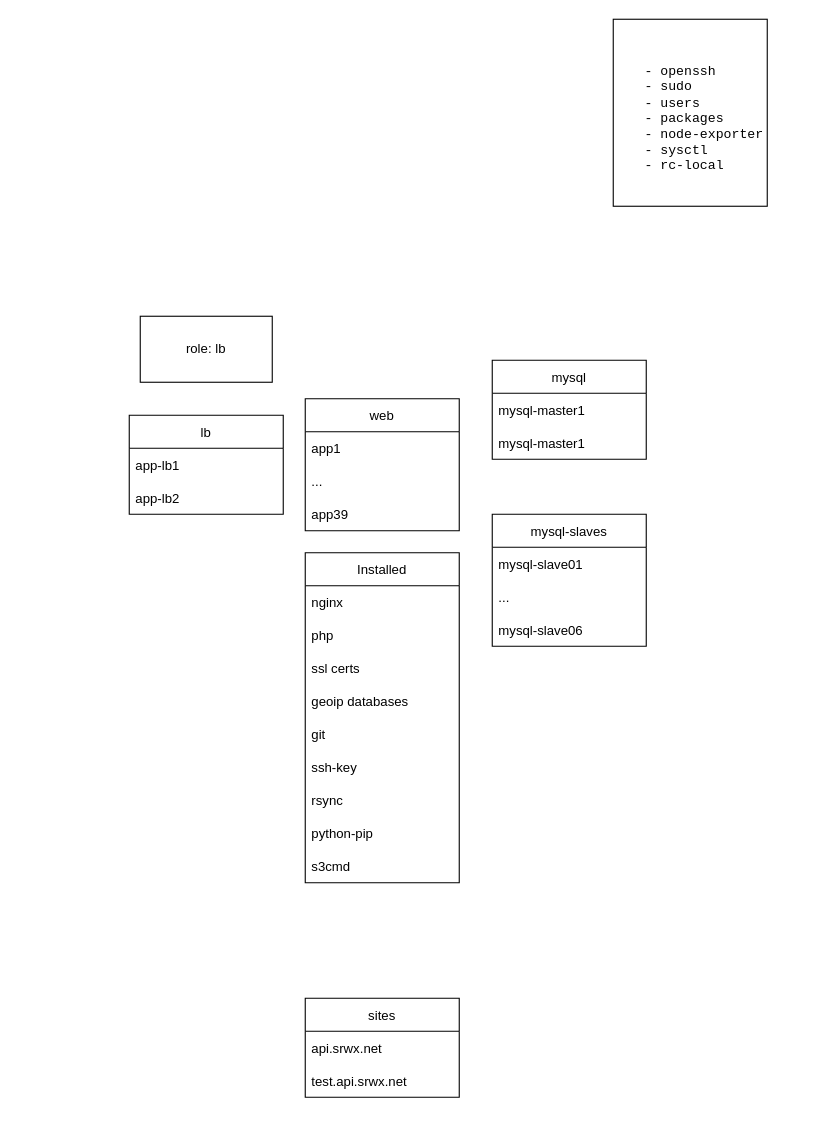
The draw.io diagram Untitled Diagram.drawio in olegenii/rebrain, before the edit. Source tidied: cells renumbered, new cells numbered last; positions are measured from the earlier drawing's top-left corner, leaving out a move shared by most shapes. Both pictures are drawn from the tidied source at 110%, with x=0, y=0 at pixel (129, 19).
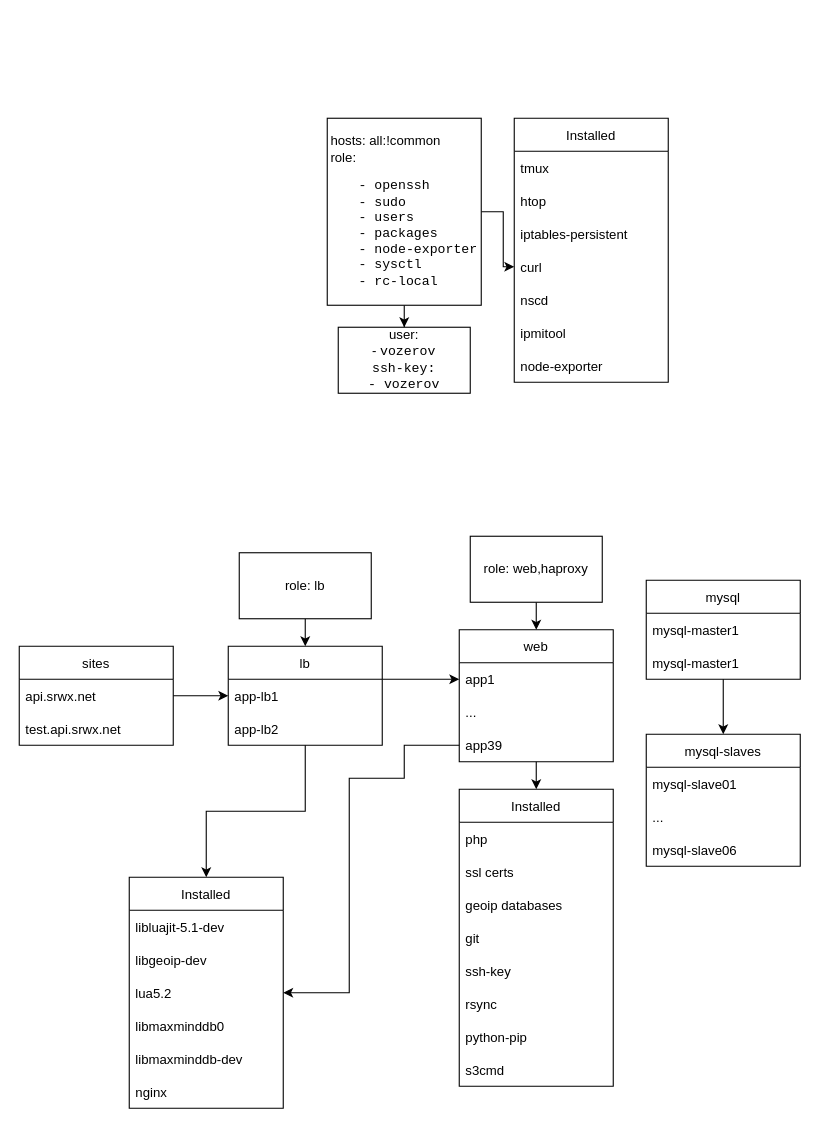
The same page after the edit.

Commit message:
draw scheme

The change refers to these unchanged cells:
```xml
<mxCell id="4" value="app1" style="text;strokeColor=none;fillColor=none;align=left;verticalAlign=middle;spacingLeft=4;spacingRight=4;overflow=hidden;points=[[0,0.5],[1,0.5]];portConstraint=eastwest;" parent="3" vertex="1">
  <mxGeometry y="30" width="140" height="30" as="geometry" />
</mxCell>
<mxCell id="6" value="app39" style="text;strokeColor=none;fillColor=none;align=left;verticalAlign=middle;spacingLeft=4;spacingRight=4;overflow=hidden;points=[[0,0.5],[1,0.5]];portConstraint=eastwest;" parent="3" vertex="1">
  <mxGeometry y="90" width="140" height="30" as="geometry" />
</mxCell>
<mxCell id="8" value="app-lb1" style="text;strokeColor=none;fillColor=none;align=left;verticalAlign=middle;spacingLeft=4;spacingRight=4;overflow=hidden;points=[[0,0.5],[1,0.5]];portConstraint=eastwest;" parent="7" vertex="1">
  <mxGeometry y="30" width="140" height="30" as="geometry" />
</mxCell>
```

Change to the diagram source:
```diff
@@
+    <mxCell id="31" style="edgeStyle=orthogonalEdgeStyle;rounded=0;jettySize=auto;html=1;" parent="1" edge="1" source="2" target="45">
+      <mxGeometry relative="1" as="geometry" />
+    </mxCell>
+    <mxCell id="32" style="edgeStyle=orthogonalEdgeStyle;rounded=0;jettySize=auto;html=1;" parent="1" edge="1" source="2" target="40">
+      <mxGeometry relative="1" as="geometry" />
+    </mxCell>
-    <mxCell id="2" value="&#10;&#10;&lt;pre class=&quot;code highlight&quot; lang=&quot;yaml&quot;&gt;&lt;span id=&quot;LC6&quot; class=&quot;line&quot; lang=&quot;yaml&quot;&gt;    &lt;span class=&quot;pi&quot;&gt;-&lt;/span&gt; &lt;span class=&quot;s&quot;&gt;openssh&lt;/span&gt;&lt;/span&gt;&#10;&lt;span id=&quot;LC7&quot; class=&quot;line&quot; lang=&quot;yaml&quot;&gt;    &lt;span class=&quot;pi&quot;&gt;-&lt;/span&gt; &lt;span class=&quot;s&quot;&gt;sudo&lt;/span&gt;&lt;/span&gt;&#10;&lt;span id=&quot;LC8&quot; class=&quot;line&quot; lang=&quot;yaml&quot;&gt;    &lt;span class=&quot;pi&quot;&gt;-&lt;/span&gt; &lt;span class=&quot;s&quot;&gt;users&lt;/span&gt;&lt;/span&gt;&#10;&lt;span id=&quot;LC9&quot; class=&quot;line&quot; lang=&quot;yaml&quot;&gt;    &lt;span class=&quot;pi&quot;&gt;-&lt;/span&gt; &lt;span class=&quot;s&quot;&gt;packages&lt;/span&gt;&lt;/span&gt;&#10;&lt;span id=&quot;LC10&quot; class=&quot;line&quot; lang=&quot;yaml&quot;&gt;    &lt;span class=&quot;pi&quot;&gt;-&lt;/span&gt; &lt;span class=&quot;s&quot;&gt;node-exporter&lt;/span&gt;&lt;/span&gt;&#10;&lt;span id=&quot;LC11&quot; class=&quot;line&quot; lang=&quot;yaml&quot;&gt;    &lt;span class=&quot;pi&quot;&gt;-&lt;/span&gt; &lt;span class=&quot;s&quot;&gt;sysctl&lt;/span&gt;&lt;/span&gt;&#10;&lt;span id=&quot;LC12&quot; class=&quot;line&quot; lang=&quot;yaml&quot;&gt;    &lt;span class=&quot;pi&quot;&gt;-&lt;/span&gt; &lt;span class=&quot;s&quot;&gt;rc-local&lt;/span&gt;&lt;/span&gt;&#10;&lt;/pre&gt;&#10;&#10;" style="verticalAlign=top;align=left;overflow=fill;fontSize=12;fontFamily=Helvetica;html=1;" parent="1" vertex="1">
-      <mxGeometry x="440" width="140" height="170" as="geometry" />
+    <mxCell id="2" value="&lt;br&gt;&lt;span style=&quot;white-space: pre&quot;&gt; &lt;/span&gt;hosts: all:!common&lt;br&gt;&lt;span style=&quot;white-space: pre&quot;&gt; &lt;/span&gt;role:&lt;br&gt;&lt;pre class=&quot;code highlight&quot; lang=&quot;yaml&quot;&gt;&lt;span id=&quot;LC6&quot; class=&quot;line&quot; lang=&quot;yaml&quot;&gt;    &lt;span class=&quot;pi&quot;&gt;-&lt;/span&gt; &lt;span class=&quot;s&quot;&gt;openssh&lt;/span&gt;&lt;/span&gt;&lt;br&gt;&lt;span id=&quot;LC7&quot; class=&quot;line&quot; lang=&quot;yaml&quot;&gt;    &lt;span class=&quot;pi&quot;&gt;-&lt;/span&gt; &lt;span class=&quot;s&quot;&gt;sudo&lt;/span&gt;&lt;/span&gt;&lt;br&gt;&lt;span id=&quot;LC8&quot; class=&quot;line&quot; lang=&quot;yaml&quot;&gt;    &lt;span class=&quot;pi&quot;&gt;-&lt;/span&gt; &lt;span class=&quot;s&quot;&gt;users&lt;/span&gt;&lt;/span&gt;&lt;br&gt;&lt;span id=&quot;LC9&quot; class=&quot;line&quot; lang=&quot;yaml&quot;&gt;    &lt;span class=&quot;pi&quot;&gt;-&lt;/span&gt; &lt;span class=&quot;s&quot;&gt;packages&lt;/span&gt;&lt;/span&gt;&lt;br&gt;&lt;span id=&quot;LC10&quot; class=&quot;line&quot; lang=&quot;yaml&quot;&gt;    &lt;span class=&quot;pi&quot;&gt;-&lt;/span&gt; &lt;span class=&quot;s&quot;&gt;node-exporter&lt;/span&gt;&lt;/span&gt;&lt;br&gt;&lt;span id=&quot;LC11&quot; class=&quot;line&quot; lang=&quot;yaml&quot;&gt;    &lt;span class=&quot;pi&quot;&gt;-&lt;/span&gt; &lt;span class=&quot;s&quot;&gt;sysctl&lt;/span&gt;&lt;/span&gt;&lt;br&gt;&lt;span id=&quot;LC12&quot; class=&quot;line&quot; lang=&quot;yaml&quot;&gt;    &lt;span class=&quot;pi&quot;&gt;-&lt;/span&gt; &lt;span class=&quot;s&quot;&gt;rc-local&lt;/span&gt;&lt;/span&gt;&lt;br&gt;&lt;/pre&gt;" style="verticalAlign=top;align=left;overflow=fill;fontSize=12;fontFamily=Helvetica;html=1;" parent="1" vertex="1">
+      <mxGeometry x="180" y="90" width="140" height="170" as="geometry" />
     </mxCell>
+    <mxCell id="33" style="edgeStyle=orthogonalEdgeStyle;rounded=0;jettySize=auto;html=1;entryX=0.5;entryY=0;entryDx=0;entryDy=0;" parent="1" edge="1" source="3" target="18">
+      <mxGeometry relative="1" as="geometry" />
+    </mxCell>
     <mxCell id="3" value="web" style="swimlane;fontStyle=0;horizontal=1;startSize=30;" parent="1" vertex="1">
-      <mxGeometry x="160" y="345" width="140" height="120" as="geometry" />
+      <mxGeometry x="300" y="555" width="140" height="120" as="geometry" />
     </mxCell>
@@
+    <mxCell id="34" style="edgeStyle=orthogonalEdgeStyle;rounded=0;jettySize=auto;html=1;entryX=0.5;entryY=0;entryDx=0;entryDy=0;" parent="1" edge="1" source="7" target="49">
+      <mxGeometry relative="1" as="geometry" />
+    </mxCell>
     <mxCell id="7" value="lb" style="swimlane;fontStyle=0;horizontal=1;startSize=30;" parent="1" vertex="1">
-      <mxGeometry y="360" width="140" height="90" as="geometry" />
+      <mxGeometry x="90" y="570" width="140" height="90" as="geometry" />
     </mxCell>
@@
+    <mxCell id="35" style="edgeStyle=orthogonalEdgeStyle;rounded=0;jettySize=auto;html=1;" parent="1" edge="1" source="10">
+      <mxGeometry relative="1" as="geometry">
+        <mxPoint x="540" y="650" as="targetPoint" />
+      </mxGeometry>
+    </mxCell>
     <mxCell id="10" value="mysql" style="swimlane;fontStyle=0;horizontal=1;startSize=30;" parent="1" vertex="1">
-      <mxGeometry x="330" y="310" width="140" height="90" as="geometry" />
+      <mxGeometry x="470" y="510" width="140" height="90" as="geometry" />
     </mxCell>
@@
     <mxCell id="13" value="mysql-slaves" style="swimlane;fontStyle=0;horizontal=1;startSize=30;" parent="1" vertex="1">
-      <mxGeometry x="330" y="450" width="140" height="120" as="geometry" />
+      <mxGeometry x="470" y="650" width="140" height="120" as="geometry" />
     </mxCell>
@@
+    <mxCell id="36" style="edgeStyle=orthogonalEdgeStyle;rounded=0;jettySize=auto;html=1;entryX=0.5;entryY=0;entryDx=0;entryDy=0;" parent="1" edge="1" source="17" target="7">
+      <mxGeometry relative="1" as="geometry" />
+    </mxCell>
     <mxCell id="17" value="role: lb" style="rounded=0;whiteSpace=wrap;html=1;" parent="1" vertex="1">
-      <mxGeometry x="10" y="270" width="120" height="60" as="geometry" />
+      <mxGeometry x="100" y="485" width="120" height="60" as="geometry" />
     </mxCell>
     <mxCell id="18" value="Installed" style="swimlane;fontStyle=0;horizontal=1;startSize=30;" parent="1" vertex="1">
-      <mxGeometry x="160" y="485" width="140" height="300" as="geometry" />
+      <mxGeometry x="300" y="700" width="140" height="270" as="geometry" />
     </mxCell>
-    <mxCell id="19" value="nginx" style="text;strokeColor=none;fillColor=none;align=left;verticalAlign=middle;spacingLeft=4;spacingRight=4;overflow=hidden;" parent="18" vertex="1">
-      <mxGeometry y="30" width="140" height="30" as="geometry" />
-    </mxCell>
     <mxCell id="20" value="php" style="text;strokeColor=none;fillColor=none;align=left;verticalAlign=middle;spacingLeft=4;spacingRight=4;overflow=hidden;" parent="18" vertex="1">
-      <mxGeometry y="60" width="140" height="30" as="geometry" />
+      <mxGeometry y="30" width="140" height="30" as="geometry" />
     </mxCell>
     <mxCell id="21" value="ssl certs" style="text;strokeColor=none;fillColor=none;align=left;verticalAlign=middle;spacingLeft=4;spacingRight=4;overflow=hidden;" parent="18" vertex="1">
-      <mxGeometry y="90" width="140" height="30" as="geometry" />
+      <mxGeometry y="60" width="140" height="30" as="geometry" />
     </mxCell>
     <mxCell id="22" value="geoip databases" style="text;strokeColor=none;fillColor=none;align=left;verticalAlign=middle;spacingLeft=4;spacingRight=4;overflow=hidden;" parent="18" vertex="1">
-      <mxGeometry y="120" width="140" height="30" as="geometry" />
+      <mxGeometry y="90" width="140" height="30" as="geometry" />
     </mxCell>
     <mxCell id="23" value="git" style="text;strokeColor=none;fillColor=none;align=left;verticalAlign=middle;spacingLeft=4;spacingRight=4;overflow=hidden;" parent="18" vertex="1">
-      <mxGeometry y="150" width="140" height="30" as="geometry" />
+      <mxGeometry y="120" width="140" height="30" as="geometry" />
     </mxCell>
     <mxCell id="24" value="ssh-key" style="text;strokeColor=none;fillColor=none;align=left;verticalAlign=middle;spacingLeft=4;spacingRight=4;overflow=hidden;" parent="18" vertex="1">
-      <mxGeometry y="180" width="140" height="30" as="geometry" />
+      <mxGeometry y="150" width="140" height="30" as="geometry" />
     </mxCell>
     <mxCell id="25" value="rsync" style="text;strokeColor=none;fillColor=none;align=left;verticalAlign=middle;spacingLeft=4;spacingRight=4;overflow=hidden;" parent="18" vertex="1">
-      <mxGeometry y="210" width="140" height="30" as="geometry" />
+      <mxGeometry y="180" width="140" height="30" as="geometry" />
     </mxCell>
     <mxCell id="26" value="python-pip" style="text;strokeColor=none;fillColor=none;align=left;verticalAlign=middle;spacingLeft=4;spacingRight=4;overflow=hidden;" parent="18" vertex="1">
-      <mxGeometry y="240" width="140" height="30" as="geometry" />
+      <mxGeometry y="210" width="140" height="30" as="geometry" />
     </mxCell>
     <mxCell id="27" value="s3cmd" style="text;strokeColor=none;fillColor=none;align=left;verticalAlign=middle;spacingLeft=4;spacingRight=4;overflow=hidden;" parent="18" vertex="1">
-      <mxGeometry y="270" width="140" height="30" as="geometry" />
+      <mxGeometry y="240" width="140" height="30" as="geometry" />
     </mxCell>
+    <mxCell id="37" style="edgeStyle=orthogonalEdgeStyle;rounded=0;jettySize=auto;html=1;entryX=0;entryY=0.5;entryDx=0;entryDy=0;" parent="1" edge="1" source="28" target="8">
+      <mxGeometry relative="1" as="geometry" />
+    </mxCell>
     <mxCell id="28" value="sites" style="swimlane;fontStyle=0;horizontal=1;startSize=30;" parent="1" vertex="1">
-      <mxGeometry x="160" y="890" width="140" height="90" as="geometry" />
+      <mxGeometry x="-100" y="570" width="140" height="90" as="geometry" />
     </mxCell>
@@
+    <mxCell id="38" style="edgeStyle=orthogonalEdgeStyle;rounded=0;jettySize=auto;html=1;" parent="1" edge="1" source="39" target="3">
+      <mxGeometry relative="1" as="geometry" />
+    </mxCell>
+    <mxCell id="39" value="role: web,haproxy" style="rounded=0;whiteSpace=wrap;html=1;" parent="1" vertex="1">
+      <mxGeometry x="310" y="470" width="120" height="60" as="geometry" />
+    </mxCell>
+    <mxCell id="40" value="user:&lt;br&gt;-&amp;nbsp;&lt;code&gt;vozerov&lt;br&gt;ssh-key:&lt;br&gt;- vozerov&lt;/code&gt;" style="rounded=0;whiteSpace=wrap;html=1;" parent="1" vertex="1">
+      <mxGeometry x="190" y="280" width="120" height="60" as="geometry" />
+    </mxCell>
+    <mxCell id="41" value="Installed" style="swimlane;fontStyle=0;horizontal=1;startSize=30;" parent="1" vertex="1">
+      <mxGeometry x="350" y="90" width="140" height="240" as="geometry" />
+    </mxCell>
+    <mxCell id="42" value="tmux" style="text;strokeColor=none;fillColor=none;align=left;verticalAlign=middle;spacingLeft=4;spacingRight=4;overflow=hidden;" parent="41" vertex="1">
+      <mxGeometry y="30" width="140" height="30" as="geometry" />
+    </mxCell>
+    <mxCell id="43" value="htop" style="text;strokeColor=none;fillColor=none;align=left;verticalAlign=middle;spacingLeft=4;spacingRight=4;overflow=hidden;" parent="41" vertex="1">
+      <mxGeometry y="60" width="140" height="30" as="geometry" />
+    </mxCell>
+    <mxCell id="44" value="iptables-persistent" style="text;strokeColor=none;fillColor=none;align=left;verticalAlign=middle;spacingLeft=4;spacingRight=4;overflow=hidden;" parent="41" vertex="1">
+      <mxGeometry y="90" width="140" height="30" as="geometry" />
+    </mxCell>
+    <mxCell id="45" value="curl" style="text;strokeColor=none;fillColor=none;align=left;verticalAlign=middle;spacingLeft=4;spacingRight=4;overflow=hidden;points=[[0,0.5],[1,0.5]];portConstraint=eastwest;" parent="41" vertex="1">
+      <mxGeometry y="120" width="140" height="30" as="geometry" />
+    </mxCell>
+    <mxCell id="46" value="nscd" style="text;strokeColor=none;fillColor=none;align=left;verticalAlign=middle;spacingLeft=4;spacingRight=4;overflow=hidden;" parent="41" vertex="1">
+      <mxGeometry y="150" width="140" height="30" as="geometry" />
+    </mxCell>
+    <mxCell id="47" value="ipmitool" style="text;strokeColor=none;fillColor=none;align=left;verticalAlign=middle;spacingLeft=4;spacingRight=4;overflow=hidden;" parent="41" vertex="1">
+      <mxGeometry y="180" width="140" height="30" as="geometry" />
+    </mxCell>
+    <mxCell id="48" value="node-exporter" style="text;strokeColor=none;fillColor=none;align=left;verticalAlign=middle;spacingLeft=4;spacingRight=4;overflow=hidden;" parent="41" vertex="1">
+      <mxGeometry y="210" width="140" height="30" as="geometry" />
+    </mxCell>
+    <mxCell id="49" value="Installed" style="swimlane;fontStyle=0;horizontal=1;startSize=30;" parent="1" vertex="1">
+      <mxGeometry y="780" width="140" height="210" as="geometry" />
+    </mxCell>
+    <mxCell id="50" value="libluajit-5.1-dev" style="text;strokeColor=none;fillColor=none;align=left;verticalAlign=middle;spacingLeft=4;spacingRight=4;overflow=hidden;" parent="49" vertex="1">
+      <mxGeometry y="30" width="140" height="30" as="geometry" />
+    </mxCell>
+    <mxCell id="51" value="libgeoip-dev" style="text;strokeColor=none;fillColor=none;align=left;verticalAlign=middle;spacingLeft=4;spacingRight=4;overflow=hidden;" parent="49" vertex="1">
+      <mxGeometry y="60" width="140" height="30" as="geometry" />
+    </mxCell>
+    <mxCell id="52" value="lua5.2" style="text;strokeColor=none;fillColor=none;align=left;verticalAlign=middle;spacingLeft=4;spacingRight=4;overflow=hidden;" parent="49" vertex="1">
+      <mxGeometry y="90" width="140" height="30" as="geometry" />
+    </mxCell>
+    <mxCell id="53" value="libmaxminddb0" style="text;strokeColor=none;fillColor=none;align=left;verticalAlign=middle;spacingLeft=4;spacingRight=4;overflow=hidden;" parent="49" vertex="1">
+      <mxGeometry y="120" width="140" height="30" as="geometry" />
+    </mxCell>
+    <mxCell id="54" value="libmaxminddb-dev" style="text;strokeColor=none;fillColor=none;align=left;verticalAlign=middle;spacingLeft=4;spacingRight=4;overflow=hidden;" parent="49" vertex="1">
+      <mxGeometry y="150" width="140" height="30" as="geometry" />
+    </mxCell>
+    <mxCell id="19" value="nginx" style="text;strokeColor=none;fillColor=none;align=left;verticalAlign=middle;spacingLeft=4;spacingRight=4;overflow=hidden;" parent="49" vertex="1">
+      <mxGeometry y="180" width="140" height="30" as="geometry" />
+    </mxCell>
+    <mxCell id="55" style="edgeStyle=orthogonalEdgeStyle;rounded=0;jettySize=auto;html=1;exitX=0;exitY=0.5;exitDx=0;exitDy=0;entryX=1;entryY=0.5;entryDx=0;entryDy=0;" parent="1" edge="1" source="6" target="49">
+      <mxGeometry relative="1" as="geometry">
+        <Array as="points">
+          <mxPoint x="250" y="660" />
+          <mxPoint x="250" y="690" />
+          <mxPoint x="200" y="690" />
+          <mxPoint x="200" y="885" />
+        </Array>
+      </mxGeometry>
+    </mxCell>
+    <mxCell id="56" style="edgeStyle=orthogonalEdgeStyle;rounded=0;jettySize=auto;html=1;entryX=0;entryY=0.5;entryDx=0;entryDy=0;" parent="1" edge="1" source="8" target="4">
+      <mxGeometry relative="1" as="geometry">
+        <Array as="points">
+          <mxPoint x="250" y="600" />
+          <mxPoint x="250" y="600" />
+        </Array>
+      </mxGeometry>
+    </mxCell>
```
